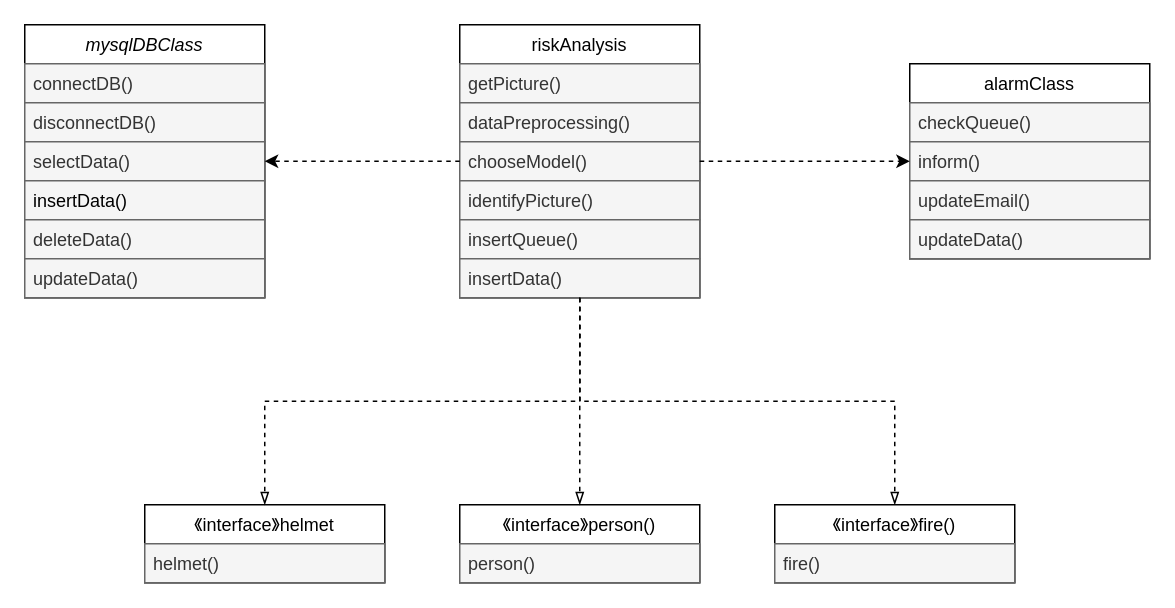
Earlier version of the draw.io diagram Draw.io/本科毕业设计/用电安全隐患分析模块类图.drawio (Arete-FFF/PicGo). Source tidied: cells renumbered, new cells numbered last; positions are measured from the earlier drawing's top-left corner, leaving out a move shared by most shapes. Both pictures are drawn from the tidied source at 150%, with x=0, y=0 at pixel (24, 24).
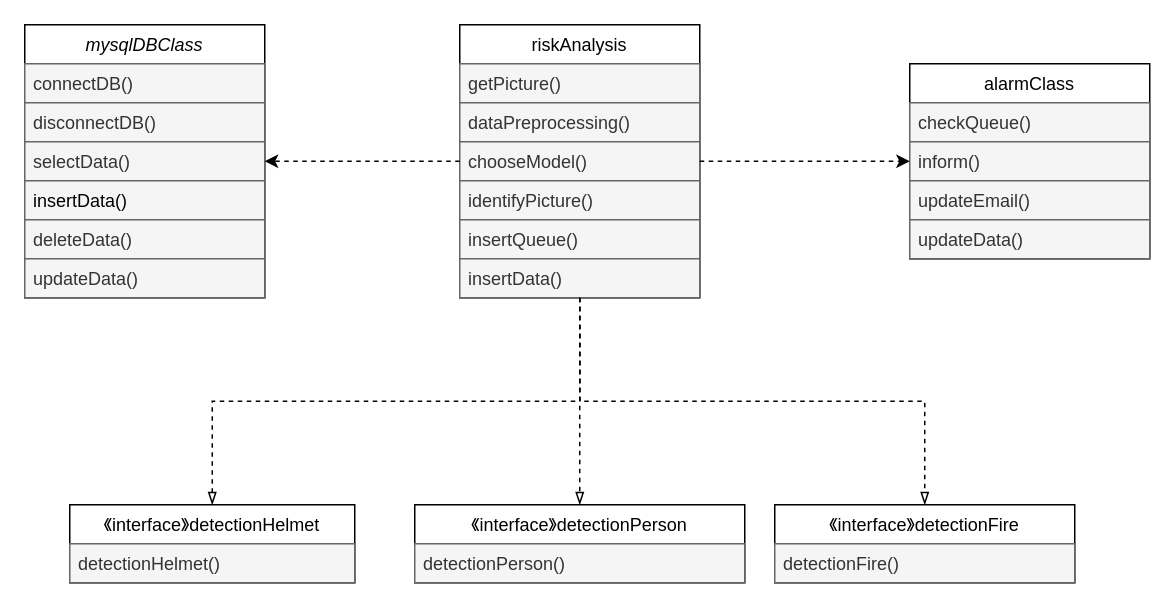
After the change.

Commit message:
更新用电安全隐患分析模块类图.drawio

Change to the diagram source:
```diff
@@
-    <mxCell id="24" value="《interface》fire()" style="swimlane;fontStyle=0;align=center;verticalAlign=top;horizontal=1;startSize=26;rounded=0;shadow=0;strokeWidth=1;" parent="1" vertex="1">
-      <mxGeometry x="500" y="320" width="160" height="52" as="geometry" />
+    <mxCell id="24" value="《interface》detectionFire" style="swimlane;fontStyle=0;align=center;verticalAlign=top;horizontal=1;startSize=26;rounded=0;shadow=0;strokeWidth=1;" parent="1" vertex="1">
+      <mxGeometry x="500" y="320" width="200" height="52" as="geometry" />
     </mxCell>
-    <mxCell id="25" value="fire()" style="text;align=left;verticalAlign=top;spacingLeft=4;spacingRight=4;overflow=hidden;rounded=0;shadow=0;html=0;fillColor=#f5f5f5;fontColor=#333333;strokeColor=#666666;" parent="24" vertex="1">
-      <mxGeometry y="26" width="160" height="26" as="geometry" />
+    <mxCell id="25" value="detectionFire()" style="text;align=left;verticalAlign=top;spacingLeft=4;spacingRight=4;overflow=hidden;rounded=0;shadow=0;html=0;fillColor=#f5f5f5;fontColor=#333333;strokeColor=#666666;" parent="24" vertex="1">
+      <mxGeometry y="26" width="200" height="26" as="geometry" />
     </mxCell>
-    <mxCell id="26" value="《interface》person()" style="swimlane;fontStyle=0;align=center;verticalAlign=top;horizontal=1;startSize=26;rounded=0;shadow=0;strokeWidth=1;" parent="1" vertex="1">
-      <mxGeometry x="290" y="320" width="160" height="52" as="geometry" />
+    <mxCell id="26" value="《interface》detectionPerson" style="swimlane;fontStyle=0;align=center;verticalAlign=top;horizontal=1;startSize=26;rounded=0;shadow=0;strokeWidth=1;" parent="1" vertex="1">
+      <mxGeometry x="260" y="320" width="220" height="52" as="geometry" />
     </mxCell>
-    <mxCell id="27" value="person()" style="text;align=left;verticalAlign=top;spacingLeft=4;spacingRight=4;overflow=hidden;rounded=0;shadow=0;html=0;fillColor=#f5f5f5;fontColor=#333333;strokeColor=#666666;" parent="26" vertex="1">
-      <mxGeometry y="26" width="160" height="26" as="geometry" />
+    <mxCell id="27" value="detectionPerson()" style="text;align=left;verticalAlign=top;spacingLeft=4;spacingRight=4;overflow=hidden;rounded=0;shadow=0;html=0;fillColor=#f5f5f5;fontColor=#333333;strokeColor=#666666;" parent="26" vertex="1">
+      <mxGeometry y="26" width="220" height="26" as="geometry" />
     </mxCell>
-    <mxCell id="28" value="《interface》helmet" style="swimlane;fontStyle=0;align=center;verticalAlign=top;horizontal=1;startSize=26;rounded=0;shadow=0;strokeWidth=1;" parent="1" vertex="1">
-      <mxGeometry x="80" y="320" width="160" height="52" as="geometry" />
+    <mxCell id="28" value="《interface》detectionHelmet" style="swimlane;fontStyle=0;align=center;verticalAlign=top;horizontal=1;startSize=26;rounded=0;shadow=0;strokeWidth=1;" parent="1" vertex="1">
+      <mxGeometry x="30" y="320" width="190" height="52" as="geometry" />
     </mxCell>
-    <mxCell id="29" value="helmet()" style="text;align=left;verticalAlign=top;spacingLeft=4;spacingRight=4;overflow=hidden;rounded=0;shadow=0;html=0;fillColor=#f5f5f5;fontColor=#333333;strokeColor=#666666;" parent="28" vertex="1">
-      <mxGeometry y="26" width="160" height="26" as="geometry" />
+    <mxCell id="29" value="detectionHelmet()" style="text;align=left;verticalAlign=top;spacingLeft=4;spacingRight=4;overflow=hidden;rounded=0;shadow=0;html=0;fillColor=#f5f5f5;fontColor=#333333;strokeColor=#666666;" parent="28" vertex="1">
+      <mxGeometry y="26" width="190" height="26" as="geometry" />
     </mxCell>
```
